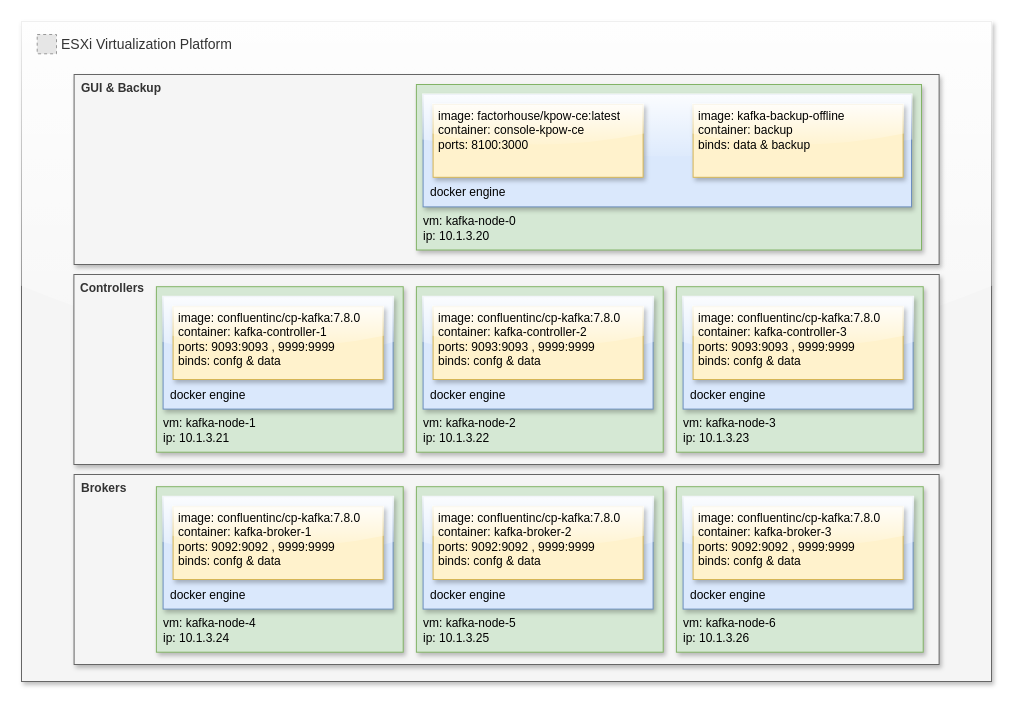
The draw.io diagram charts/esxi.drawio in intelligent002/kafka-backup-offline, before the edit. Source tidied: cells renumbered, new cells numbered last; positions are measured from the earlier drawing's top-left corner, leaving out a move shared by most shapes. Both pictures are drawn from the tidied source at 100%, with x=0, y=0 at pixel (21, 21). Pictures stored in the file or linked from it are replaced by grey dashed boxes.
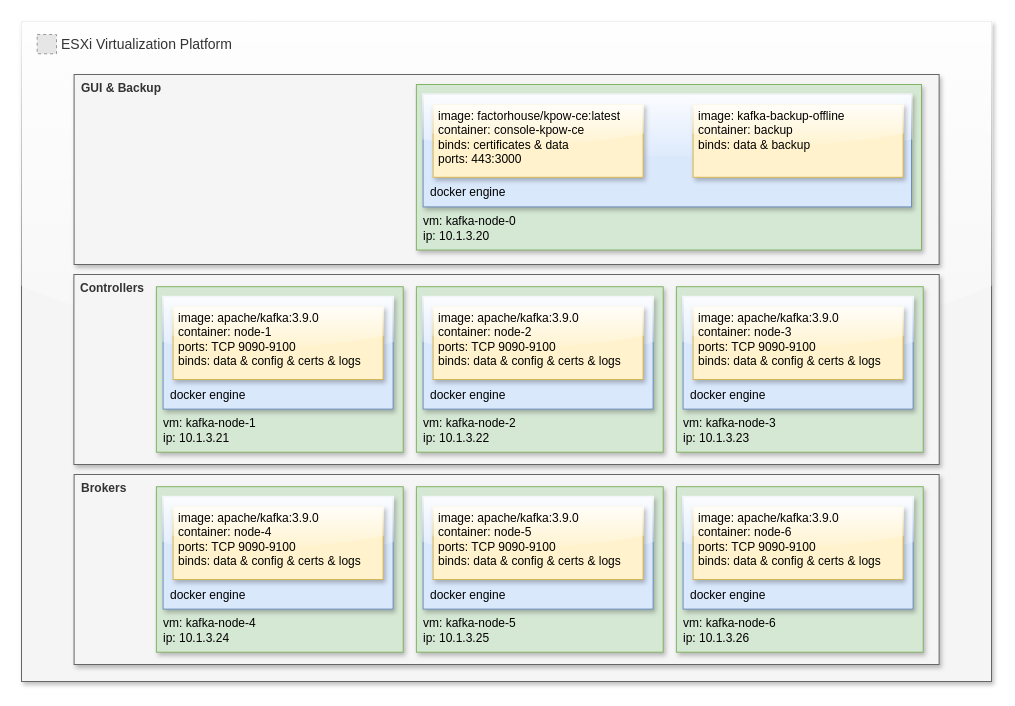
The same page after the edit.

Unchanged cells that the change refers to:
```xml
<mxCell id="2" value="ESXi Virtualization Platform" style="fillColor=#f5f5f5;strokeColor=#666666;shadow=1;fontSize=14;align=left;spacing=10;fontColor=#333333;9E9E9E;verticalAlign=top;spacingTop=0;fontStyle=0;spacingLeft=30;html=1;glass=1;" parent="1" vertex="1">
  <mxGeometry width="970" height="660" as="geometry" />
</mxCell>
```

What changed in the source:
```diff
@@
-    <mxCell id="9" value="&lt;div&gt;&lt;span style=&quot;background-color: initial;&quot;&gt;image:&amp;nbsp;&lt;/span&gt;&lt;span style=&quot;background-color: initial;&quot;&gt;factorhouse/kpow-ce:latest&lt;/span&gt;&lt;/div&gt;&lt;div&gt;&lt;span style=&quot;background-color: initial;&quot;&gt;container: console-kpow-ce&lt;/span&gt;&lt;br&gt;&lt;/div&gt;&lt;div&gt;ports: 8100:3000&lt;/div&gt;" style="rounded=0;whiteSpace=wrap;html=1;fillColor=#fff2cc;strokeColor=#d6b656;glass=1;shadow=1;align=left;verticalAlign=top;spacingLeft=5;spacingBottom=5;spacing=0;" parent="2" vertex="1">
+    <mxCell id="9" value="&lt;div&gt;&lt;span style=&quot;background-color: initial;&quot;&gt;image:&amp;nbsp;&lt;/span&gt;&lt;span style=&quot;background-color: initial;&quot;&gt;factorhouse/kpow-ce:latest&lt;/span&gt;&lt;/div&gt;&lt;div&gt;&lt;span style=&quot;background-color: initial;&quot;&gt;container: console-kpow-ce&lt;/span&gt;&lt;br&gt;&lt;/div&gt;&lt;div&gt;&lt;span style=&quot;background-color: initial;&quot;&gt;binds: certificates &amp;amp; data&lt;/span&gt;&lt;/div&gt;&lt;div&gt;ports: 443:3000&lt;/div&gt;" style="rounded=0;whiteSpace=wrap;html=1;fillColor=#fff2cc;strokeColor=#d6b656;glass=1;shadow=1;align=left;verticalAlign=top;spacingLeft=5;spacingBottom=5;spacing=0;" parent="2" vertex="1">
       <mxGeometry x="411.6" y="83" width="210" height="72.8" as="geometry" />
     </mxCell>
@@
-    <mxCell id="12" value="&lt;div&gt;image:&amp;nbsp;&lt;span style=&quot;background-color: initial;&quot;&gt;confluentinc/cp-kafka:7.8.0&lt;/span&gt;&lt;/div&gt;&lt;div&gt;&lt;span style=&quot;background-color: initial;&quot;&gt;container: kafka-controller-2&lt;/span&gt;&lt;br&gt;&lt;/div&gt;&lt;div&gt;&lt;span style=&quot;background-color: initial;&quot;&gt;ports: 9093:9093 ,&amp;nbsp;9999:9999&lt;/span&gt;&lt;br&gt;&lt;/div&gt;&lt;div&gt;&lt;span style=&quot;background-color: initial;&quot;&gt;binds: confg &amp;amp; data&lt;/span&gt;&lt;/div&gt;" style="rounded=0;whiteSpace=wrap;html=1;fillColor=#fff2cc;strokeColor=#d6b656;glass=1;shadow=1;align=left;verticalAlign=top;spacingLeft=5;spacingBottom=5;spacing=0;" parent="2" vertex="1">
+    <mxCell id="12" value="&lt;div&gt;image:&amp;nbsp;&lt;span style=&quot;background-color: initial;&quot;&gt;apache/kafka:3.9.0&lt;/span&gt;&lt;/div&gt;&lt;div&gt;&lt;span style=&quot;background-color: initial;&quot;&gt;container: node-2&lt;/span&gt;&lt;br&gt;&lt;/div&gt;&lt;div&gt;&lt;span style=&quot;background-color: initial;&quot;&gt;ports: TCP 9090-9100&lt;/span&gt;&lt;br&gt;&lt;/div&gt;&lt;div&gt;&lt;span style=&quot;background-color: initial;&quot;&gt;binds:&amp;nbsp;&lt;/span&gt;&lt;span style=&quot;background-color: initial;&quot;&gt;data &amp;amp;&lt;/span&gt;&lt;span style=&quot;background-color: initial;&quot;&gt;&amp;nbsp;&lt;/span&gt;&lt;span style=&quot;background-color: initial;&quot;&gt;config &amp;amp; certs &amp;amp; logs&lt;/span&gt;&lt;/div&gt;" style="rounded=0;whiteSpace=wrap;html=1;fillColor=#fff2cc;strokeColor=#d6b656;glass=1;shadow=1;align=left;verticalAlign=top;spacingLeft=5;spacingBottom=5;spacing=0;" parent="2" vertex="1">
       <mxGeometry x="411.6" y="285.2" width="210" height="72.8" as="geometry" />
     </mxCell>
@@
-    <mxCell id="15" value="&lt;div&gt;image:&amp;nbsp;&lt;span style=&quot;background-color: initial;&quot;&gt;confluentinc/cp-kafka:7.8.0&lt;/span&gt;&lt;/div&gt;&lt;div&gt;&lt;span style=&quot;background-color: initial;&quot;&gt;container: kafka-controller-3&lt;/span&gt;&lt;br&gt;&lt;/div&gt;&lt;div&gt;&lt;span style=&quot;background-color: initial;&quot;&gt;ports: 9093:9093 ,&amp;nbsp;9999:9999&lt;/span&gt;&lt;br&gt;&lt;/div&gt;&lt;div&gt;&lt;span style=&quot;background-color: initial;&quot;&gt;binds: confg &amp;amp; data&lt;/span&gt;&lt;/div&gt;" style="rounded=0;whiteSpace=wrap;html=1;fillColor=#fff2cc;strokeColor=#d6b656;glass=1;shadow=1;align=left;verticalAlign=top;spacingLeft=5;spacingBottom=5;spacing=0;" parent="2" vertex="1">
+    <mxCell id="15" value="&lt;div&gt;image:&amp;nbsp;&lt;span style=&quot;background-color: initial;&quot;&gt;apache/kafka:3.9.0&lt;/span&gt;&lt;/div&gt;&lt;div&gt;&lt;span style=&quot;background-color: initial;&quot;&gt;container: node-3&lt;/span&gt;&lt;br&gt;&lt;/div&gt;&lt;div&gt;&lt;span style=&quot;background-color: initial;&quot;&gt;ports: TCP 9090-9100&lt;/span&gt;&lt;br&gt;&lt;/div&gt;&lt;div&gt;&lt;span style=&quot;background-color: initial;&quot;&gt;binds:&amp;nbsp;&lt;/span&gt;&lt;span style=&quot;background-color: initial;&quot;&gt;data &amp;amp;&lt;/span&gt;&lt;span style=&quot;background-color: initial;&quot;&gt;&amp;nbsp;&lt;/span&gt;&lt;span style=&quot;background-color: initial;&quot;&gt;config &amp;amp; certs &amp;amp; logs&lt;/span&gt;&lt;/div&gt;" style="rounded=0;whiteSpace=wrap;html=1;fillColor=#fff2cc;strokeColor=#d6b656;glass=1;shadow=1;align=left;verticalAlign=top;spacingLeft=5;spacingBottom=5;spacing=0;" parent="2" vertex="1">
       <mxGeometry x="671.6" y="285.2" width="210" height="72.8" as="geometry" />
     </mxCell>
@@
-    <mxCell id="18" value="&lt;div&gt;image:&amp;nbsp;&lt;span style=&quot;background-color: initial;&quot;&gt;confluentinc/cp-kafka:7.8.0&lt;/span&gt;&lt;/div&gt;&lt;div&gt;&lt;span style=&quot;background-color: initial;&quot;&gt;container: kafka-controller-1&lt;/span&gt;&lt;br&gt;&lt;/div&gt;&lt;div&gt;&lt;span style=&quot;background-color: initial;&quot;&gt;ports: 9093:9093 ,&amp;nbsp;9999:9999&lt;/span&gt;&lt;br&gt;&lt;/div&gt;&lt;div&gt;&lt;span style=&quot;background-color: initial;&quot;&gt;binds: confg &amp;amp; data&lt;/span&gt;&lt;/div&gt;" style="rounded=0;whiteSpace=wrap;html=1;fillColor=#fff2cc;strokeColor=#d6b656;glass=1;shadow=1;align=left;verticalAlign=top;spacingLeft=5;spacingBottom=5;spacing=0;" parent="2" vertex="1">
+    <mxCell id="18" value="&lt;div&gt;image:&amp;nbsp;&lt;span style=&quot;background-color: initial;&quot;&gt;apache/kafka:3.9.0&lt;/span&gt;&lt;/div&gt;&lt;div&gt;&lt;span style=&quot;background-color: initial;&quot;&gt;container: node-1&lt;/span&gt;&lt;br&gt;&lt;/div&gt;&lt;div&gt;&lt;span style=&quot;background-color: initial;&quot;&gt;ports: TCP 9090-9100&lt;/span&gt;&lt;br&gt;&lt;/div&gt;&lt;div&gt;&lt;span style=&quot;background-color: initial;&quot;&gt;binds:&amp;nbsp;&lt;/span&gt;&lt;span style=&quot;background-color: initial;&quot;&gt;data &amp;amp;&lt;/span&gt;&lt;span style=&quot;background-color: initial;&quot;&gt;&amp;nbsp;&lt;/span&gt;&lt;span style=&quot;background-color: initial;&quot;&gt;config &amp;amp; certs &amp;amp; logs&lt;/span&gt;&lt;/div&gt;" style="rounded=0;whiteSpace=wrap;html=1;fillColor=#fff2cc;strokeColor=#d6b656;glass=1;shadow=1;align=left;verticalAlign=top;spacingLeft=5;spacingBottom=5;spacing=0;" parent="2" vertex="1">
       <mxGeometry x="151.6" y="285.2" width="210" height="72.8" as="geometry" />
     </mxCell>
@@
-    <mxCell id="21" value="&lt;div&gt;image:&amp;nbsp;&lt;span style=&quot;background-color: initial;&quot;&gt;confluentinc/cp-kafka:7.8.0&lt;/span&gt;&lt;/div&gt;&lt;div&gt;&lt;span style=&quot;background-color: initial;&quot;&gt;container: kafka-broker-2&lt;/span&gt;&lt;br&gt;&lt;/div&gt;&lt;div&gt;&lt;span style=&quot;background-color: initial;&quot;&gt;ports: 9092:9092 ,&amp;nbsp;9999:9999&lt;/span&gt;&lt;br&gt;&lt;/div&gt;&lt;div&gt;&lt;span style=&quot;background-color: initial;&quot;&gt;binds: confg &amp;amp; data&lt;/span&gt;&lt;/div&gt;" style="rounded=0;whiteSpace=wrap;html=1;fillColor=#fff2cc;strokeColor=#d6b656;glass=1;shadow=1;align=left;verticalAlign=top;spacingLeft=5;spacingBottom=5;spacing=0;" parent="2" vertex="1">
+    <mxCell id="21" value="&lt;div&gt;image:&amp;nbsp;&lt;span style=&quot;background-color: initial;&quot;&gt;apache/kafka:3.9.0&lt;/span&gt;&lt;/div&gt;&lt;div&gt;&lt;span style=&quot;background-color: initial;&quot;&gt;container: node-5&lt;/span&gt;&lt;br&gt;&lt;/div&gt;&lt;div&gt;&lt;span style=&quot;background-color: initial;&quot;&gt;ports: TCP 9090-9100&lt;/span&gt;&lt;br&gt;&lt;/div&gt;&lt;div&gt;&lt;span style=&quot;background-color: initial;&quot;&gt;binds:&amp;nbsp;&lt;/span&gt;&lt;span style=&quot;background-color: initial;&quot;&gt;data &amp;amp;&lt;/span&gt;&lt;span style=&quot;background-color: initial;&quot;&gt;&amp;nbsp;&lt;/span&gt;&lt;span style=&quot;background-color: initial;&quot;&gt;config &amp;amp; certs &amp;amp; logs&lt;/span&gt;&lt;/div&gt;" style="rounded=0;whiteSpace=wrap;html=1;fillColor=#fff2cc;strokeColor=#d6b656;glass=1;shadow=1;align=left;verticalAlign=top;spacingLeft=5;spacingBottom=5;spacing=0;" parent="2" vertex="1">
       <mxGeometry x="411.6" y="485.2" width="210" height="72.8" as="geometry" />
     </mxCell>
@@
-    <mxCell id="24" value="&lt;div&gt;image:&amp;nbsp;&lt;span style=&quot;background-color: initial;&quot;&gt;confluentinc/cp-kafka:7.8.0&lt;/span&gt;&lt;/div&gt;&lt;div&gt;&lt;span style=&quot;background-color: initial;&quot;&gt;container: kafka-broker-3&lt;/span&gt;&lt;br&gt;&lt;/div&gt;&lt;div&gt;&lt;span style=&quot;background-color: initial;&quot;&gt;ports: 9092:9092 ,&amp;nbsp;9999:9999&lt;/span&gt;&lt;br&gt;&lt;/div&gt;&lt;div&gt;&lt;span style=&quot;background-color: initial;&quot;&gt;binds: confg &amp;amp; data&lt;/span&gt;&lt;/div&gt;" style="rounded=0;whiteSpace=wrap;html=1;fillColor=#fff2cc;strokeColor=#d6b656;glass=1;shadow=1;align=left;verticalAlign=top;spacingLeft=5;spacingBottom=5;spacing=0;" parent="2" vertex="1">
+    <mxCell id="24" value="&lt;div&gt;image:&amp;nbsp;&lt;span style=&quot;background-color: initial;&quot;&gt;apache/kafka:3.9.0&lt;/span&gt;&lt;/div&gt;&lt;div&gt;&lt;span style=&quot;background-color: initial;&quot;&gt;container: node-6&lt;/span&gt;&lt;br&gt;&lt;/div&gt;&lt;div&gt;&lt;span style=&quot;background-color: initial;&quot;&gt;ports: TCP 9090-9100&lt;/span&gt;&lt;br&gt;&lt;/div&gt;&lt;div&gt;&lt;span style=&quot;background-color: initial;&quot;&gt;binds:&amp;nbsp;&lt;/span&gt;&lt;span style=&quot;background-color: initial;&quot;&gt;data &amp;amp;&lt;/span&gt;&lt;span style=&quot;background-color: initial;&quot;&gt;&amp;nbsp;&lt;/span&gt;&lt;span style=&quot;background-color: initial;&quot;&gt;config &amp;amp; certs &amp;amp; logs&lt;/span&gt;&lt;/div&gt;" style="rounded=0;whiteSpace=wrap;html=1;fillColor=#fff2cc;strokeColor=#d6b656;glass=1;shadow=1;align=left;verticalAlign=top;spacingLeft=5;spacingBottom=5;spacing=0;" parent="2" vertex="1">
       <mxGeometry x="671.6" y="485.2" width="210" height="72.8" as="geometry" />
     </mxCell>
@@
-    <mxCell id="27" value="&lt;div&gt;image:&amp;nbsp;&lt;span style=&quot;background-color: initial;&quot;&gt;confluentinc/cp-kafka:7.8.0&lt;/span&gt;&lt;/div&gt;&lt;div&gt;&lt;span style=&quot;background-color: initial;&quot;&gt;container: kafka-broker-1&lt;/span&gt;&lt;br&gt;&lt;/div&gt;&lt;div&gt;&lt;span style=&quot;background-color: initial;&quot;&gt;ports: 9092:9092 ,&amp;nbsp;9999:9999&lt;/span&gt;&lt;br&gt;&lt;/div&gt;&lt;div&gt;&lt;span style=&quot;background-color: initial;&quot;&gt;binds: confg &amp;amp; data&lt;/span&gt;&lt;/div&gt;" style="rounded=0;whiteSpace=wrap;html=1;fillColor=#fff2cc;strokeColor=#d6b656;glass=1;shadow=1;align=left;verticalAlign=top;spacingLeft=5;spacingBottom=5;spacing=0;" parent="2" vertex="1">
+    <mxCell id="27" value="&lt;div&gt;image:&amp;nbsp;&lt;span style=&quot;background-color: initial;&quot;&gt;apache/kafka:3.9.0&lt;/span&gt;&lt;/div&gt;&lt;div&gt;&lt;span style=&quot;background-color: initial;&quot;&gt;container: node-4&lt;/span&gt;&lt;br&gt;&lt;/div&gt;&lt;div&gt;&lt;span style=&quot;background-color: initial;&quot;&gt;ports: TCP 9090-9100&lt;/span&gt;&lt;br&gt;&lt;/div&gt;&lt;div&gt;&lt;span style=&quot;background-color: initial;&quot;&gt;binds:&amp;nbsp;&lt;/span&gt;&lt;span style=&quot;background-color: initial;&quot;&gt;data &amp;amp;&lt;/span&gt;&lt;span style=&quot;background-color: initial;&quot;&gt;&amp;nbsp;&lt;/span&gt;&lt;span style=&quot;background-color: initial;&quot;&gt;config &amp;amp; certs &amp;amp; logs&lt;/span&gt;&lt;/div&gt;" style="rounded=0;whiteSpace=wrap;html=1;fillColor=#fff2cc;strokeColor=#d6b656;glass=1;shadow=1;align=left;verticalAlign=top;spacingLeft=5;spacingBottom=5;spacing=0;" parent="2" vertex="1">
       <mxGeometry x="151.6" y="485.2" width="210" height="72.8" as="geometry" />
     </mxCell>
```
